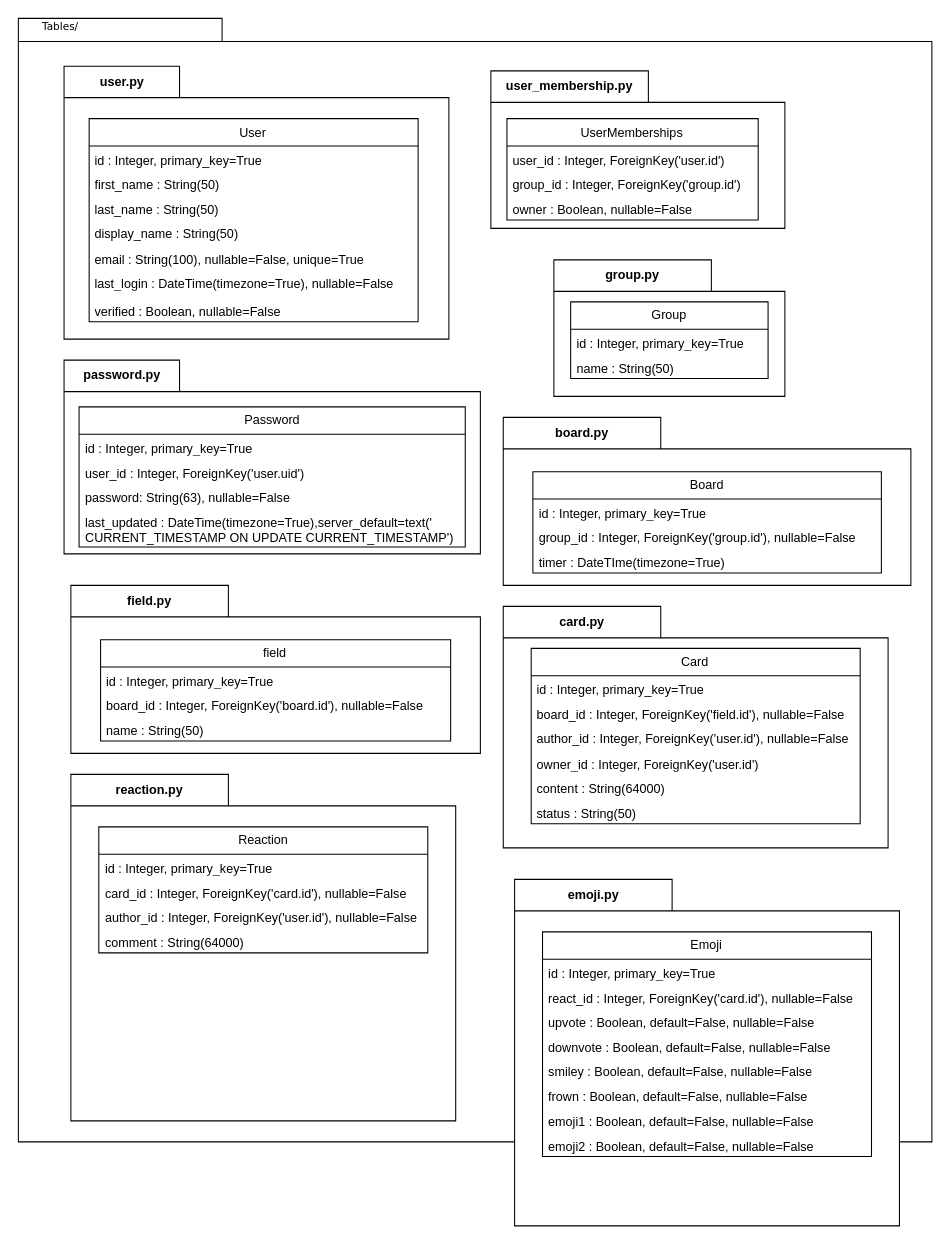
Earlier version of the draw.io diagram .diagrams/app-folder.drawio (Bilgecrank/hindsite). Source tidied: cells renumbered, new cells numbered last; positions are measured from the earlier drawing's top-left corner, leaving out a move shared by most shapes. Both pictures are drawn from the tidied source at 105%, with x=0, y=0 at pixel (18, 18).
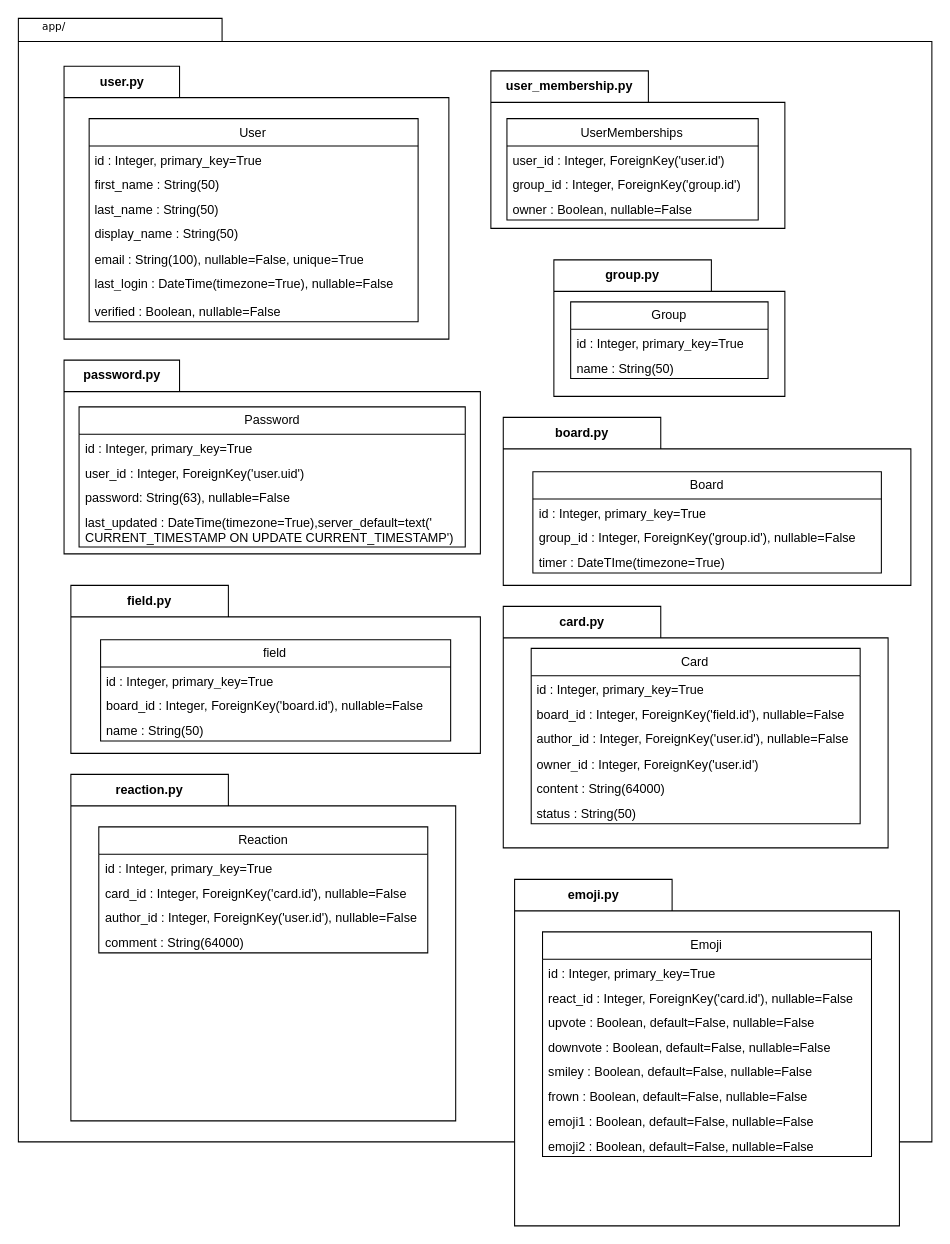
Above is the later version.

Change to the diagram source:
```diff
@@
-    <mxCell id="3" value="Tables/" style="text;html=1;align=left;verticalAlign=top;spacingTop=-4;fontSize=10;fontFamily=Verdana;" parent="1" vertex="1">
+    <mxCell id="3" value="app/" style="text;html=1;align=left;verticalAlign=top;spacingTop=-4;fontSize=10;fontFamily=Verdana;" parent="1" vertex="1">
       <mxGeometry x="21" width="130" height="20" as="geometry" />
     </mxCell>
```
